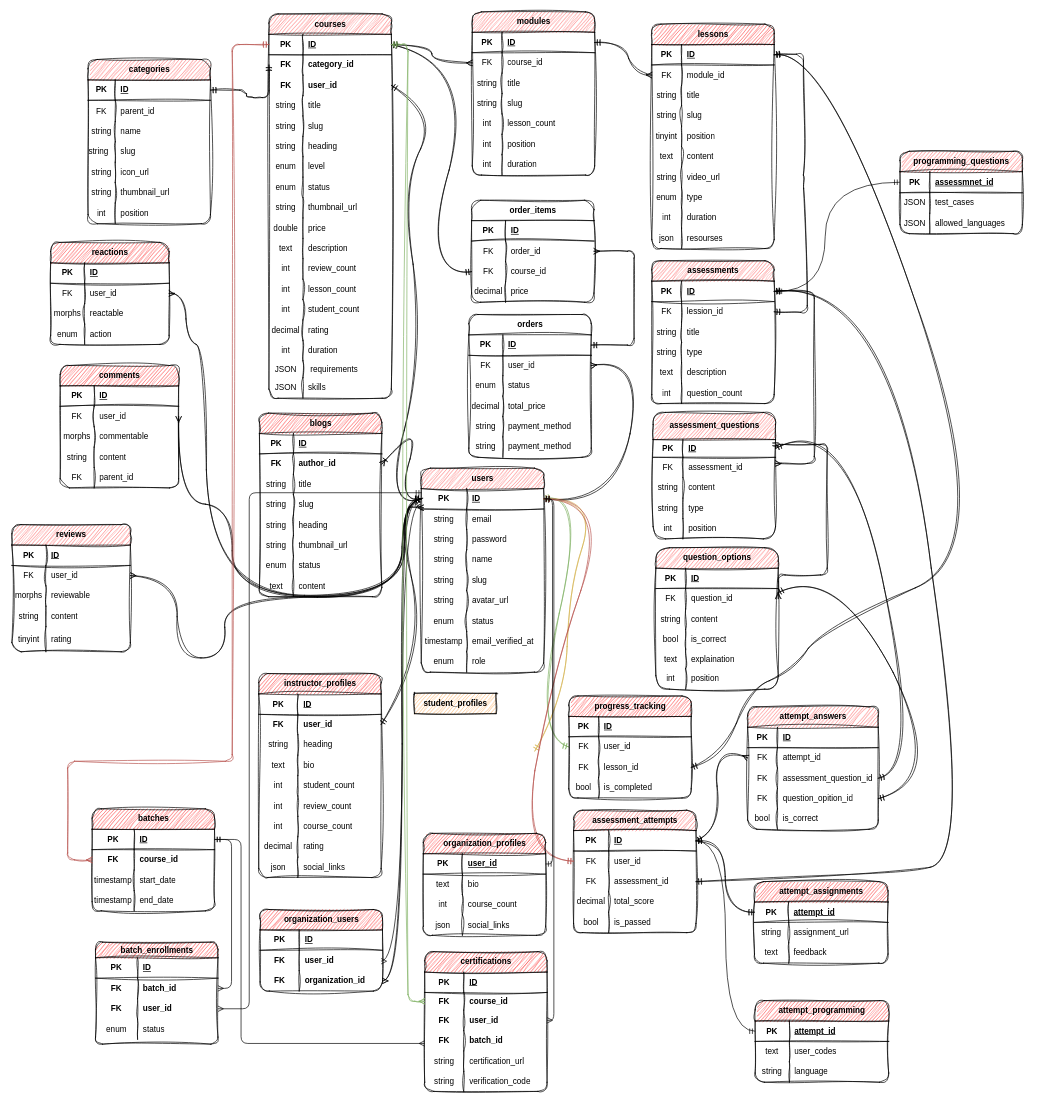
Earlier version of the draw.io diagram CodeZoneDatabase.drawio (BuiVanHuy001/CodeZone). Source tidied: cells renumbered, new cells numbered last; positions are measured from the earlier drawing's top-left corner, leaving out a move shared by most shapes. Both pictures are drawn from the tidied source at 68%, with x=0, y=0 at pixel (12, 12).
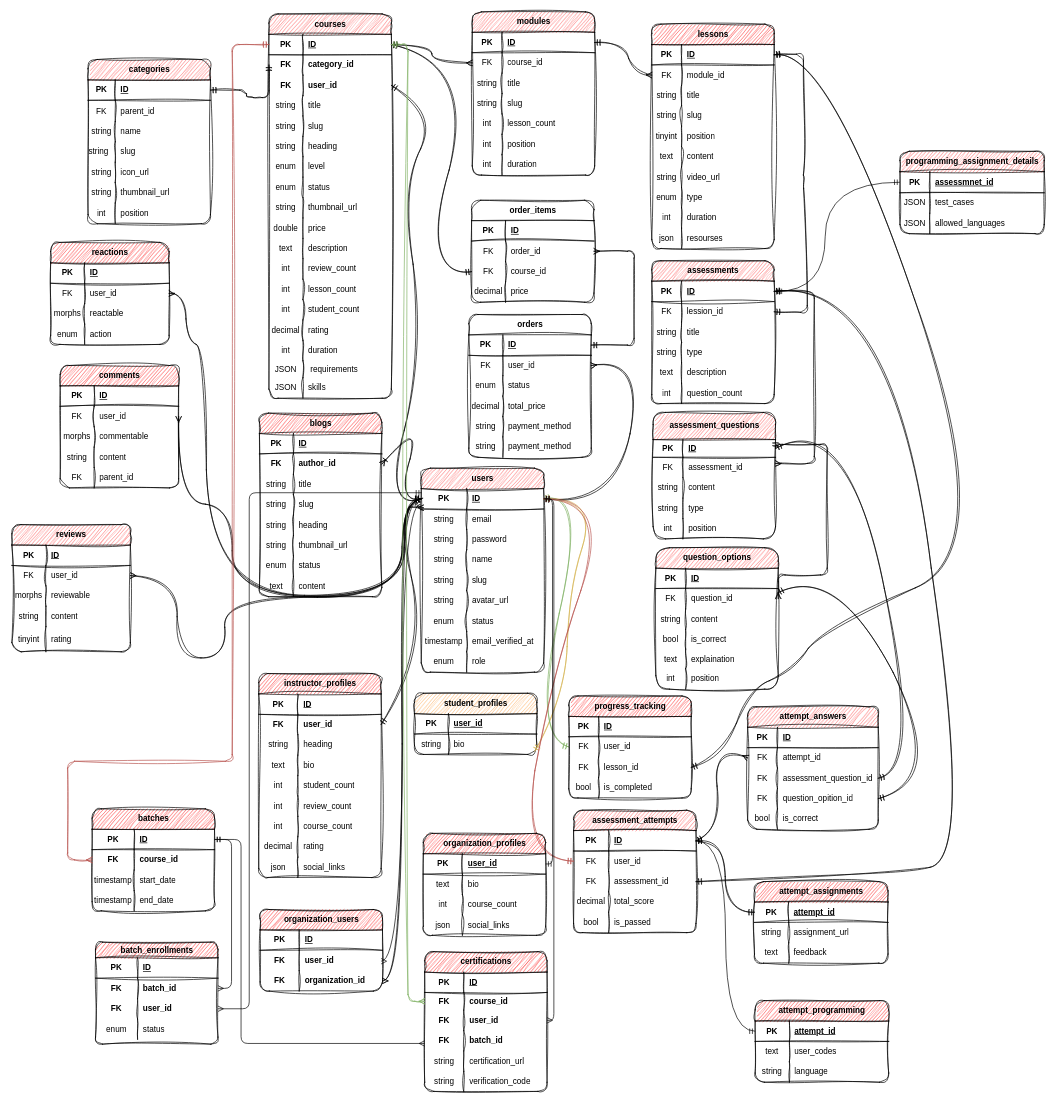
The same diagram, later.

Change to the diagram source:
```diff
@@
-    <mxCell id="215" value="student_profiles" style="shape=table;startSize=30;childLayout=tableLayout;rowLines=0;fontStyle=1;align=center;html=1;sketch=1;curveFitting=1;jiggle=2;rounded=1;shadow=0;fillColor=#FFB366;" parent="1" vertex="1" collapsed="1">
-      <mxGeometry x="592" y="1002" width="120" height="30" as="geometry" />
+    <mxCell id="215" value="student_profiles" style="shape=table;startSize=30;childLayout=tableLayout;rowLines=0;fontStyle=1;align=center;html=1;sketch=1;curveFitting=1;jiggle=2;rounded=1;shadow=0;fillColor=#FFB366;" parent="1" vertex="1">
+      <mxGeometry x="592" y="1002" width="180" height="90" as="geometry" />
     </mxCell>
+    <mxCell id="523" style="shape=tableRow;horizontal=0;startSize=0;swimlaneHead=0;swimlaneBody=0;fillColor=none;top=0;left=0;right=0;bottom=1;sketch=1;curveFitting=1;jiggle=2;rounded=1;shadow=0;" parent="215" vertex="1">
+      <mxGeometry y="30" width="180" height="30" as="geometry" />
+    </mxCell>
+    <mxCell id="524" value="PK" style="shape=partialRectangle;fillColor=none;top=0;left=0;bottom=0;right=0;fontStyle=1;overflow=hidden;whiteSpace=wrap;html=1;sketch=1;curveFitting=1;jiggle=2;rounded=1;shadow=0;" parent="523" vertex="1">
+      <mxGeometry width="50" height="30" as="geometry" />
+    </mxCell>
+    <mxCell id="525" value="&lt;span style=&quot;color: rgb(0, 0, 0);&quot;&gt;user_id&lt;/span&gt;" style="shape=partialRectangle;fillColor=none;top=0;left=0;bottom=0;right=0;align=left;spacingLeft=6;fontStyle=5;overflow=hidden;whiteSpace=wrap;html=1;sketch=1;curveFitting=1;jiggle=2;rounded=1;shadow=0;" parent="523" vertex="1">
+      <mxGeometry x="50" width="130" height="30" as="geometry" />
+    </mxCell>
+    <mxCell id="526" style="shape=tableRow;horizontal=0;startSize=0;swimlaneHead=0;swimlaneBody=0;fillColor=none;top=0;left=0;right=0;bottom=0;sketch=1;curveFitting=1;jiggle=2;rounded=1;shadow=0;" parent="215" vertex="1">
+      <mxGeometry y="60" width="180" height="30" as="geometry" />
+    </mxCell>
+    <mxCell id="527" value="string" style="shape=partialRectangle;fillColor=none;top=0;left=0;bottom=0;right=0;overflow=hidden;whiteSpace=wrap;html=1;align=center;sketch=1;curveFitting=1;jiggle=2;rounded=1;shadow=0;" parent="526" vertex="1">
+      <mxGeometry width="50" height="30" as="geometry" />
+    </mxCell>
+    <mxCell id="528" value="bio" style="shape=partialRectangle;fillColor=none;top=0;left=0;bottom=0;right=0;align=left;spacingLeft=6;overflow=hidden;whiteSpace=wrap;html=1;sketch=1;curveFitting=1;jiggle=2;rounded=1;shadow=0;" parent="526" vertex="1">
+      <mxGeometry x="50" width="130" height="30" as="geometry" />
+    </mxCell>
@@
-    <mxCell id="501" value="&lt;span style=&quot;color: rgb(0, 0, 0);&quot;&gt;programming_questions&lt;/span&gt;" style="shape=table;startSize=30;childLayout=tableLayout;rowLines=0;fontStyle=1;align=center;html=1;sketch=1;curveFitting=1;jiggle=2;rounded=1;shadow=0;fillColor=#FF6666;" parent="1" vertex="1">
-      <mxGeometry x="1306" y="205" width="180" height="121.1" as="geometry" />
+    <mxCell id="501" value="&lt;span style=&quot;color: rgb(0, 0, 0);&quot;&gt;programming_assignment_details&lt;/span&gt;" style="shape=table;startSize=30;childLayout=tableLayout;rowLines=0;fontStyle=1;align=center;html=1;sketch=1;curveFitting=1;jiggle=2;rounded=1;shadow=0;fillColor=#FF6666;" parent="1" vertex="1">
+      <mxGeometry x="1306" y="205" width="212.1" height="121.1" as="geometry" />
     </mxCell>
     <mxCell id="502" style="shape=tableRow;horizontal=0;startSize=0;swimlaneHead=0;swimlaneBody=0;fillColor=none;points=[[0,0.5],[1,0.5]];portConstraint=eastwest;top=0;left=0;right=0;bottom=1;sketch=1;curveFitting=1;jiggle=2;rounded=1;shadow=0;" parent="501" vertex="1">
-      <mxGeometry y="30" width="180" height="31" as="geometry" />
+      <mxGeometry y="30" width="212.1" height="31" as="geometry" />
     </mxCell>
@@
     <mxCell id="504" value="&lt;span style=&quot;color: rgb(0, 0, 0);&quot;&gt;assessmnet_id&lt;/span&gt;" style="shape=partialRectangle;fillColor=none;top=0;left=0;bottom=0;right=0;align=left;spacingLeft=6;fontStyle=5;overflow=hidden;whiteSpace=wrap;html=1;sketch=1;curveFitting=1;jiggle=2;rounded=1;shadow=0;" parent="502" vertex="1">
-      <mxGeometry x="43.8" width="136.2" height="31" as="geometry" />
+      <mxGeometry x="43.8" width="168.4" height="31" as="geometry" />
     </mxCell>
     <mxCell id="505" style="shape=tableRow;horizontal=0;startSize=0;swimlaneHead=0;swimlaneBody=0;fillColor=none;top=0;left=0;right=0;bottom=0;sketch=1;curveFitting=1;jiggle=2;rounded=1;shadow=0;" parent="501" vertex="1">
-      <mxGeometry y="61" width="180" height="30" as="geometry" />
+      <mxGeometry y="61" width="212.1" height="30" as="geometry" />
     </mxCell>
@@
     <mxCell id="507" value="test_cases" style="shape=partialRectangle;fillColor=none;top=0;left=0;bottom=0;right=0;align=left;spacingLeft=6;overflow=hidden;whiteSpace=wrap;html=1;sketch=1;curveFitting=1;jiggle=2;rounded=1;shadow=0;" parent="505" vertex="1">
-      <mxGeometry x="43.8" width="136.2" height="30" as="geometry" />
+      <mxGeometry x="43.8" width="168.4" height="30" as="geometry" />
     </mxCell>
     <mxCell id="508" style="shape=tableRow;horizontal=0;startSize=0;swimlaneHead=0;swimlaneBody=0;fillColor=none;top=0;left=0;right=0;bottom=0;sketch=1;curveFitting=1;jiggle=2;rounded=1;shadow=0;" parent="501" vertex="1">
-      <mxGeometry y="91" width="180" height="30" as="geometry" />
+      <mxGeometry y="91" width="212.1" height="30" as="geometry" />
     </mxCell>
@@
     <mxCell id="510" value="allowed_languages" style="shape=partialRectangle;fillColor=none;top=0;left=0;bottom=0;right=0;align=left;spacingLeft=6;overflow=hidden;whiteSpace=wrap;html=1;sketch=1;curveFitting=1;jiggle=2;rounded=1;shadow=0;" parent="508" vertex="1">
-      <mxGeometry x="43.8" width="136.2" height="30" as="geometry" />
+      <mxGeometry x="43.8" width="168.4" height="30" as="geometry" />
     </mxCell>
```
